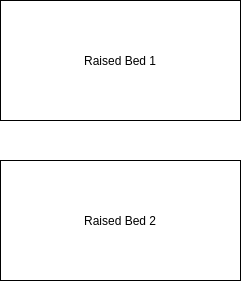
Earlier version of the draw.io export logical_architecture.png (HarryTurner93/robotic_garden). Source tidied: cells renumbered, new cells last; positions are measured from the earlier drawing's top-left corner, leaving out a move shared by most shapes. Its diagram source:
```xml
<mxGraphModel>
  <root>
    <mxCell id="0" />
    <mxCell id="1" parent="0" />
    <mxCell id="2" value="Raised Bed 1" style="rounded=0;whiteSpace=wrap;html=1;" parent="1" vertex="1">
      <mxGeometry width="240" height="120" as="geometry" />
    </mxCell>
    <mxCell id="3" value="Raised Bed 2" style="rounded=0;whiteSpace=wrap;html=1;" parent="1" vertex="1">
      <mxGeometry y="160" width="240" height="120" as="geometry" />
    </mxCell>
  </root>
</mxGraphModel>
```
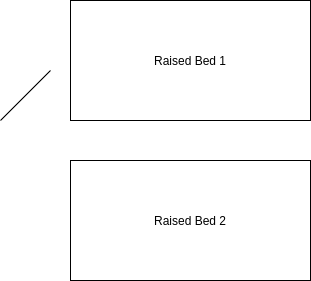
After the commit.

What changed in the source:
```diff
@@ -8,5 +8,11 @@
     <mxCell id="3" value="Raised Bed 2" style="rounded=0;whiteSpace=wrap;html=1;" parent="1" vertex="1">
       <mxGeometry y="160" width="240" height="120" as="geometry" />
     </mxCell>
+    <mxCell id="4" style="endArrow=none;html=1;" parent="1" edge="1">
+      <mxGeometry relative="1" as="geometry">
+        <mxPoint x="-70" y="120" as="sourcePoint" />
+        <mxPoint x="-20" y="70" as="targetPoint" />
+      </mxGeometry>
+    </mxCell>
   </root>
 </mxGraphModel>
```
